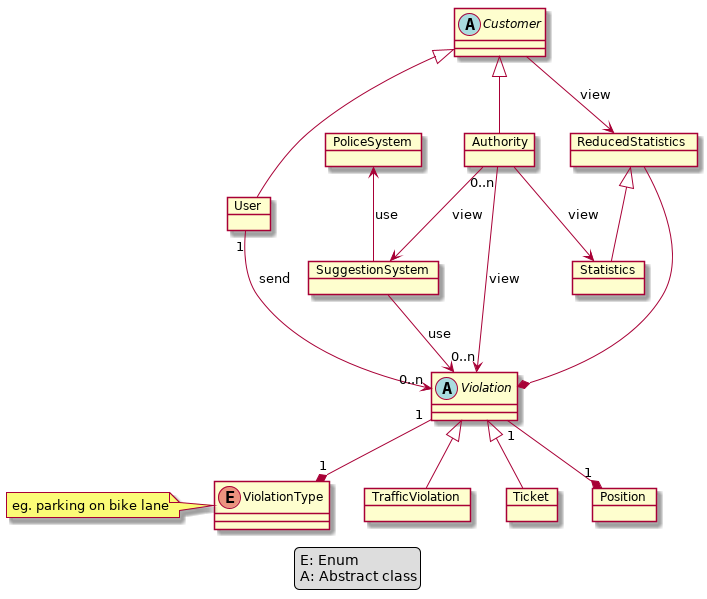
The PlantUML diagram RASD/images/Class Diagram.png in GiorgioUghini/SafeStreets, before a commit. The source it was exported from:
```plantuml
@startuml Class Diagram

legend
    E: Enum
    A: Abstract class
end legend

skinparam packageStyle rect

abstract Customer
object User
object Authority
abstract Violation
enum ViolationType
object TrafficViolation
object Ticket
object Position
object ReducedStatistics
object Statistics
object SuggestionSystem
object PoliceSystem

note left of ViolationType : eg. parking on bike lane

Customer <|-- User
Customer <|-- Authority
Customer --> ReducedStatistics : view
ReducedStatistics --* Violation
ReducedStatistics <|-- Statistics
Authority --> Statistics : view
User "1" --> "0..n" Violation : send
Authority "0..n" --> "0..n" Violation : view
Authority --> SuggestionSystem : view
SuggestionSystem --> Violation : "use"
PoliceSystem <-- SuggestionSystem : "use"
Violation <|-- TrafficViolation
Violation <|-- Ticket
Violation "1" --* "1" ViolationType
Violation "1" --* "1" Position

@enduml
```
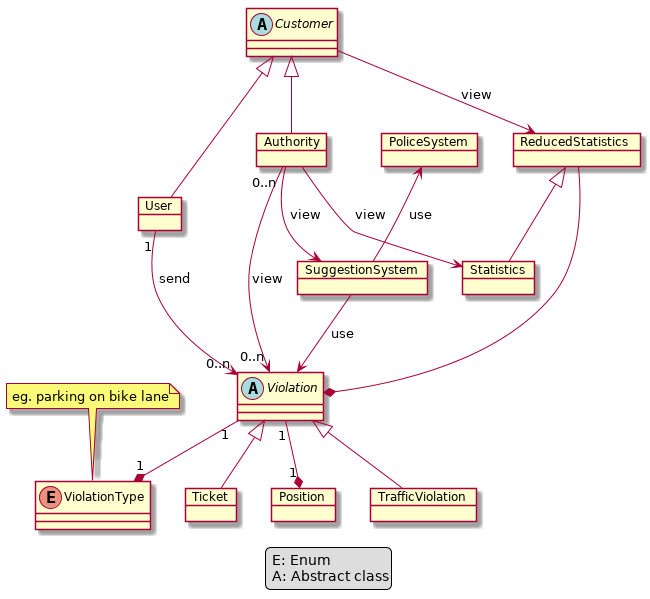
Later version of the same file.

Commit message:
Fix note in class diagram

Change to the diagram source:
```diff
@@ -20,7 +20,7 @@
 object SuggestionSystem
 object PoliceSystem
 
-note left of ViolationType : eg. parking on bike lane
+note top of ViolationType : eg. parking on bike lane
 
 Customer <|-- User
 Customer <|-- Authority
```
